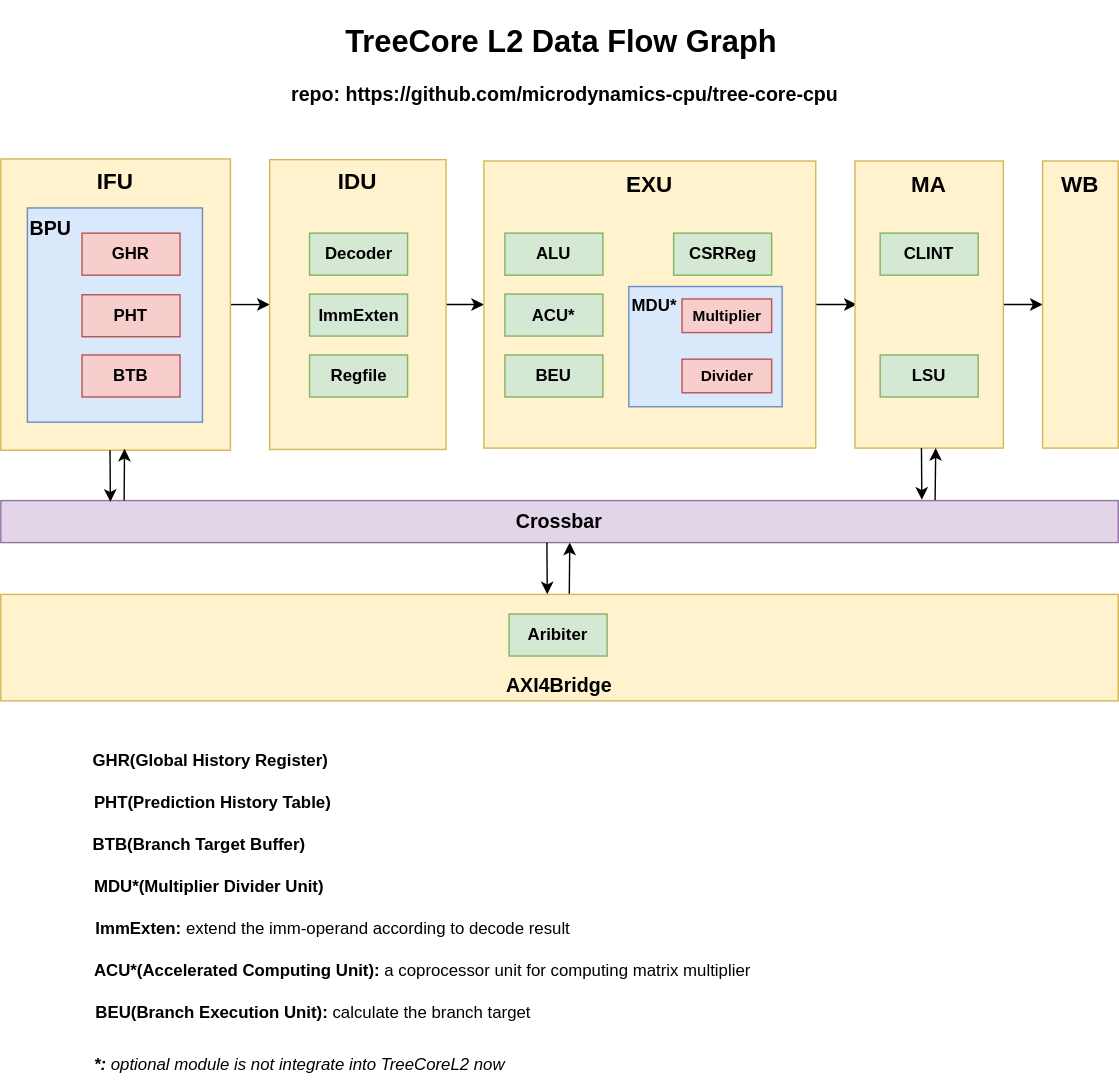
Above: treecore-l2-arch.drawio.svg in microdynamics-cpu/tree-core-cpu-res (draw.io), before the change. Source tidied: cells renumbered, new cells last; positions are measured from the earlier drawing's top-left corner, leaving out a move shared by most shapes.
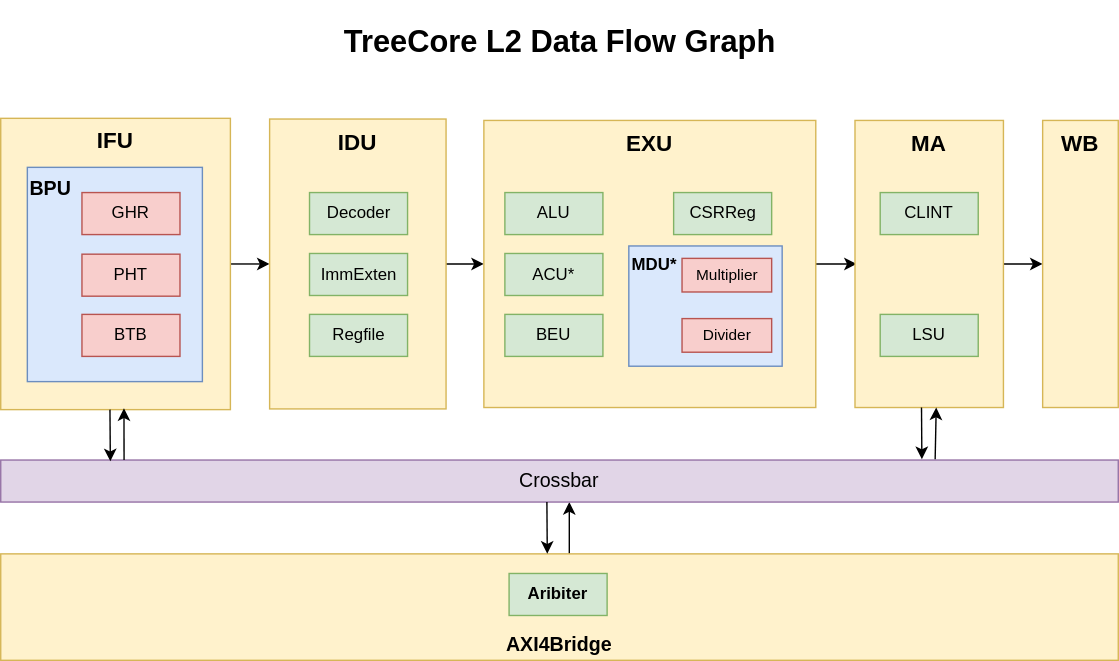
The same diagram one commit later.

Commit message:
feat: modify arch intro design file

Change to the diagram source:
```diff
@@ -3,11 +3,8 @@
     <mxCell id="0" />
     <mxCell id="1" parent="0" />
     <mxCell id="2" value="&lt;b&gt;&lt;font style=&quot;font-size: 22px&quot;&gt;TreeCore L2 Data Flow Graph&lt;/font&gt;&lt;/b&gt;" style="rounded=0;whiteSpace=wrap;html=1;fillColor=none;strokeColor=none;" parent="1" vertex="1">
-      <mxGeometry x="222" width="357" height="60" as="geometry" />
+      <mxGeometry x="220.5" y="29" width="357" height="60" as="geometry" />
     </mxCell>
-    <mxCell id="3" value="&lt;b style=&quot;font-size: 14px;&quot;&gt;&lt;font style=&quot;font-size: 14px;&quot;&gt;repo: https://github.com/microdynamics-cpu/tree-core-cpu&lt;/font&gt;&lt;/b&gt;" style="rounded=0;whiteSpace=wrap;html=1;fillColor=none;strokeColor=none;fontSize=14;" parent="1" vertex="1">
-      <mxGeometry x="198.5" y="37" width="410" height="60" as="geometry" />
-    </mxCell>
     <mxCell id="4" style="edgeStyle=orthogonalEdgeStyle;rounded=0;jettySize=auto;html=1;exitX=1;exitY=0.5;exitDx=0;exitDy=0;entryX=0;entryY=0.5;entryDx=0;entryDy=0;fontSize=16;fontColor=#000000;" parent="1" edge="1" source="5" target="7">
       <mxGeometry relative="1" as="geometry" />
     </mxCell>
@@ -38,40 +35,40 @@
     <mxCell id="13" value="&lt;b&gt;BPU&lt;/b&gt;" style="rounded=0;whiteSpace=wrap;html=1;fontSize=14;fillColor=#dae8fc;align=left;verticalAlign=top;strokeColor=#6c8ebf;" parent="1" vertex="1">
       <mxGeometry x="19" y="148" width="125" height="153" as="geometry" />
     </mxCell>
-    <mxCell id="14" value="&lt;b style=&quot;font-size: 12px;&quot;&gt;GHR&lt;/b&gt;" style="rounded=0;whiteSpace=wrap;html=1;fontSize=12;fillColor=#f8cecc;strokeColor=#b85450;" parent="1" vertex="1">
+    <mxCell id="14" value="&lt;span style=&quot;font-size: 12px&quot;&gt;GHR&lt;/span&gt;" style="rounded=0;whiteSpace=wrap;html=1;fontSize=12;fillColor=#f8cecc;strokeColor=#b85450;" parent="1" vertex="1">
       <mxGeometry x="58" y="166" width="70" height="30" as="geometry" />
     </mxCell>
-    <mxCell id="15" value="&lt;b style=&quot;font-size: 12px;&quot;&gt;PHT&lt;/b&gt;" style="rounded=0;whiteSpace=wrap;html=1;fontSize=12;fillColor=#f8cecc;strokeColor=#b85450;" parent="1" vertex="1">
+    <mxCell id="15" value="&lt;span style=&quot;font-size: 12px&quot;&gt;PHT&lt;/span&gt;" style="rounded=0;whiteSpace=wrap;html=1;fontSize=12;fillColor=#f8cecc;strokeColor=#b85450;" parent="1" vertex="1">
       <mxGeometry x="58" y="210" width="70" height="30" as="geometry" />
     </mxCell>
-    <mxCell id="16" value="&lt;b style=&quot;font-size: 12px;&quot;&gt;BTB&lt;/b&gt;" style="rounded=0;whiteSpace=wrap;html=1;fontSize=12;fillColor=#f8cecc;strokeColor=#b85450;" parent="1" vertex="1">
+    <mxCell id="16" value="&lt;span style=&quot;font-size: 12px&quot;&gt;BTB&lt;/span&gt;" style="rounded=0;whiteSpace=wrap;html=1;fontSize=12;fillColor=#f8cecc;strokeColor=#b85450;" parent="1" vertex="1">
       <mxGeometry x="58" y="253" width="70" height="30" as="geometry" />
     </mxCell>
-    <mxCell id="17" value="&lt;b style=&quot;font-size: 12px&quot;&gt;Decoder&lt;/b&gt;" style="rounded=0;whiteSpace=wrap;html=1;fontSize=12;fillColor=#d5e8d4;strokeColor=#82b366;" parent="1" vertex="1">
+    <mxCell id="17" value="&lt;span style=&quot;font-size: 12px&quot;&gt;Decoder&lt;/span&gt;" style="rounded=0;whiteSpace=wrap;html=1;fontSize=12;fillColor=#d5e8d4;strokeColor=#82b366;" parent="1" vertex="1">
       <mxGeometry x="220.5" y="166" width="70" height="30" as="geometry" />
     </mxCell>
-    <mxCell id="18" value="&lt;b style=&quot;font-size: 12px&quot;&gt;ImmExten&lt;/b&gt;" style="rounded=0;whiteSpace=wrap;html=1;fontSize=12;fillColor=#d5e8d4;strokeColor=#82b366;" parent="1" vertex="1">
+    <mxCell id="18" value="&lt;span style=&quot;font-size: 12px&quot;&gt;ImmExten&lt;/span&gt;" style="rounded=0;whiteSpace=wrap;html=1;fontSize=12;fillColor=#d5e8d4;strokeColor=#82b366;" parent="1" vertex="1">
       <mxGeometry x="220.5" y="209.5" width="70" height="30" as="geometry" />
     </mxCell>
-    <mxCell id="19" value="&lt;b style=&quot;font-size: 12px&quot;&gt;Regfile&lt;/b&gt;" style="rounded=0;whiteSpace=wrap;html=1;fontSize=12;fillColor=#d5e8d4;strokeColor=#82b366;" parent="1" vertex="1">
+    <mxCell id="19" value="&lt;span style=&quot;font-size: 12px&quot;&gt;Regfile&lt;/span&gt;" style="rounded=0;whiteSpace=wrap;html=1;fontSize=12;fillColor=#d5e8d4;strokeColor=#82b366;" parent="1" vertex="1">
       <mxGeometry x="220.5" y="253" width="70" height="30" as="geometry" />
     </mxCell>
-    <mxCell id="20" value="&lt;b style=&quot;font-size: 12px&quot;&gt;ALU&lt;/b&gt;" style="rounded=0;whiteSpace=wrap;html=1;fontSize=12;fillColor=#d5e8d4;strokeColor=#82b366;" parent="1" vertex="1">
+    <mxCell id="20" value="&lt;span style=&quot;font-size: 12px&quot;&gt;ALU&lt;/span&gt;" style="rounded=0;whiteSpace=wrap;html=1;fontSize=12;fillColor=#d5e8d4;strokeColor=#82b366;" parent="1" vertex="1">
       <mxGeometry x="360" y="166" width="70" height="30" as="geometry" />
     </mxCell>
     <mxCell id="21" value="&lt;b style=&quot;font-size: 12px&quot;&gt;MDU*&lt;/b&gt;" style="rounded=0;whiteSpace=wrap;html=1;fontSize=12;fillColor=#dae8fc;align=left;horizontal=1;verticalAlign=top;strokeColor=#6c8ebf;" parent="1" vertex="1">
       <mxGeometry x="448.5" y="204.1" width="109.5" height="85.9" as="geometry" />
     </mxCell>
-    <mxCell id="22" value="&lt;b style=&quot;font-size: 12px&quot;&gt;BEU&lt;/b&gt;" style="rounded=0;whiteSpace=wrap;html=1;fontSize=12;fillColor=#d5e8d4;strokeColor=#82b366;" parent="1" vertex="1">
+    <mxCell id="22" value="&lt;span style=&quot;font-size: 12px&quot;&gt;BEU&lt;/span&gt;" style="rounded=0;whiteSpace=wrap;html=1;fontSize=12;fillColor=#d5e8d4;strokeColor=#82b366;" parent="1" vertex="1">
       <mxGeometry x="360" y="253" width="70" height="30" as="geometry" />
     </mxCell>
-    <mxCell id="23" value="&lt;b style=&quot;font-size: 12px&quot;&gt;CSRReg&lt;/b&gt;" style="rounded=0;whiteSpace=wrap;html=1;fontSize=12;fillColor=#d5e8d4;strokeColor=#82b366;" parent="1" vertex="1">
+    <mxCell id="23" value="&lt;span style=&quot;font-size: 12px&quot;&gt;CSRReg&lt;/span&gt;" style="rounded=0;whiteSpace=wrap;html=1;fontSize=12;fillColor=#d5e8d4;strokeColor=#82b366;" parent="1" vertex="1">
       <mxGeometry x="480.5" y="166" width="70" height="30" as="geometry" />
     </mxCell>
-    <mxCell id="24" value="&lt;b style=&quot;font-size: 12px&quot;&gt;ACU*&lt;/b&gt;" style="rounded=0;whiteSpace=wrap;html=1;fontSize=12;fillColor=#d5e8d4;strokeColor=#82b366;" parent="1" vertex="1">
+    <mxCell id="24" value="&lt;span style=&quot;font-size: 12px&quot;&gt;ACU*&lt;/span&gt;" style="rounded=0;whiteSpace=wrap;html=1;fontSize=12;fillColor=#d5e8d4;strokeColor=#82b366;" parent="1" vertex="1">
       <mxGeometry x="360" y="209.5" width="70" height="30" as="geometry" />
     </mxCell>
-    <mxCell id="25" value="&lt;span&gt;&lt;font style=&quot;font-size: 11px&quot;&gt;Divider&lt;/font&gt;&lt;/span&gt;" style="rounded=0;whiteSpace=wrap;html=1;fontSize=8;fillColor=#f8cecc;strokeColor=#b85450;fontStyle=1;" parent="1" vertex="1">
+    <mxCell id="25" value="&lt;span style=&quot;font-weight: normal&quot;&gt;&lt;font style=&quot;font-size: 11px&quot;&gt;Divider&lt;/font&gt;&lt;/span&gt;" style="rounded=0;whiteSpace=wrap;html=1;fontSize=8;fillColor=#f8cecc;strokeColor=#b85450;fontStyle=1;" parent="1" vertex="1">
       <mxGeometry x="486.5" y="256" width="64" height="24" as="geometry" />
     </mxCell>
     <mxCell id="26" style="edgeStyle=elbowEdgeStyle;rounded=0;jumpStyle=none;orthogonalLoop=1;jettySize=auto;html=1;exitX=0.5;exitY=0;exitDx=0;exitDy=0;entryX=0.5;entryY=1;entryDx=0;entryDy=0;fontSize=11;" parent="1" edge="1">
@@ -86,13 +83,13 @@
     <mxCell id="28" value="&lt;b&gt;Aribiter&lt;/b&gt;" style="rounded=0;whiteSpace=wrap;html=1;fontSize=12;fillColor=#d5e8d4;strokeColor=#82b366;" parent="1" vertex="1">
       <mxGeometry x="363" y="438" width="70" height="30" as="geometry" />
     </mxCell>
-    <mxCell id="29" value="&lt;b&gt;Crossbar&lt;/b&gt;" style="rounded=0;whiteSpace=wrap;html=1;fontSize=14;fillColor=#e1d5e7;align=center;verticalAlign=middle;strokeColor=#9673a6;" parent="1" vertex="1">
+    <mxCell id="29" value="Crossbar" style="rounded=0;whiteSpace=wrap;html=1;fontSize=14;fillColor=#e1d5e7;align=center;verticalAlign=middle;strokeColor=#9673a6;" parent="1" vertex="1">
       <mxGeometry y="357" width="798" height="30" as="geometry" />
     </mxCell>
-    <mxCell id="30" value="&lt;b style=&quot;font-size: 12px&quot;&gt;CLINT&lt;/b&gt;" style="rounded=0;whiteSpace=wrap;html=1;fontSize=12;fillColor=#d5e8d4;strokeColor=#82b366;" parent="1" vertex="1">
+    <mxCell id="30" value="&lt;span style=&quot;font-size: 12px&quot;&gt;CLINT&lt;/span&gt;" style="rounded=0;whiteSpace=wrap;html=1;fontSize=12;fillColor=#d5e8d4;strokeColor=#82b366;" parent="1" vertex="1">
       <mxGeometry x="628" y="166" width="70" height="30" as="geometry" />
     </mxCell>
-    <mxCell id="31" value="&lt;b&gt;LSU&lt;/b&gt;" style="rounded=0;whiteSpace=wrap;html=1;fontSize=12;fillColor=#d5e8d4;strokeColor=#82b366;" parent="1" vertex="1">
+    <mxCell id="31" value="LSU" style="rounded=0;whiteSpace=wrap;html=1;fontSize=12;fillColor=#d5e8d4;strokeColor=#82b366;" parent="1" vertex="1">
       <mxGeometry x="628" y="253" width="70" height="30" as="geometry" />
     </mxCell>
     <mxCell id="32" style="edgeStyle=orthogonalEdgeStyle;rounded=0;orthogonalLoop=1;jettySize=auto;html=1;entryX=0.104;entryY=0.029;entryDx=0;entryDy=0;entryPerimeter=0;fontSize=11;jumpStyle=none;" parent="1" edge="1">
@@ -125,32 +122,8 @@
         <mxPoint x="88.1" y="320" as="targetPoint" />
       </mxGeometry>
     </mxCell>
-    <mxCell id="37" value="&lt;span&gt;&lt;font style=&quot;font-size: 11px&quot;&gt;Multiplier&lt;/font&gt;&lt;/span&gt;" style="rounded=0;whiteSpace=wrap;html=1;fontSize=8;fillColor=#f8cecc;strokeColor=#b85450;fontStyle=1;" parent="1" vertex="1">
+    <mxCell id="37" value="&lt;span style=&quot;font-weight: normal&quot;&gt;&lt;font style=&quot;font-size: 11px&quot;&gt;Multiplier&lt;/font&gt;&lt;/span&gt;" style="rounded=0;whiteSpace=wrap;html=1;fontSize=8;fillColor=#f8cecc;strokeColor=#b85450;fontStyle=1;" parent="1" vertex="1">
       <mxGeometry x="486.5" y="213" width="64" height="24" as="geometry" />
     </mxCell>
-    <mxCell id="38" value="&lt;b style=&quot;font-size: 12px&quot;&gt;GHR(&lt;/b&gt;&lt;b&gt;Global History Register&lt;/b&gt;&lt;b style=&quot;font-size: 12px&quot;&gt;)&lt;/b&gt;" style="rounded=0;whiteSpace=wrap;html=1;fontSize=12;fillColor=none;strokeColor=none;align=left;fontFamily=Helvetica;" parent="1" vertex="1">
-      <mxGeometry x="64" y="528" width="575" height="30" as="geometry" />
-    </mxCell>
-    <mxCell id="39" value="&lt;b&gt;&lt;span style=&quot;font-size: 12px&quot;&gt;PHT(&lt;/span&gt;&lt;span style=&quot;font-size: 12px&quot;&gt;Prediction History Table)&lt;/span&gt;&lt;/b&gt;" style="rounded=0;whiteSpace=wrap;html=1;fontSize=12;fillColor=none;strokeColor=none;align=left;fontFamily=Helvetica;" parent="1" vertex="1">
-      <mxGeometry x="65" y="558" width="575" height="30" as="geometry" />
-    </mxCell>
-    <mxCell id="40" value="&lt;b&gt;&lt;span style=&quot;font-size: 12px&quot;&gt;BTB(&lt;/span&gt;&lt;span style=&quot;font-size: 12px&quot;&gt;Branch Target Buffer)&lt;/span&gt;&lt;/b&gt;" style="rounded=0;whiteSpace=wrap;html=1;fontSize=12;fillColor=none;strokeColor=none;align=left;fontFamily=Helvetica;" parent="1" vertex="1">
-      <mxGeometry x="64" y="588" width="575" height="30" as="geometry" />
-    </mxCell>
-    <mxCell id="41" value="&lt;b style=&quot;font-size: 12px&quot;&gt;ImmExten: &lt;/b&gt;&lt;span style=&quot;font-size: 12px&quot;&gt;extend the imm-operand according to decode result&lt;/span&gt;" style="rounded=0;whiteSpace=wrap;html=1;fontSize=12;fillColor=none;strokeColor=none;align=left;fontFamily=Helvetica;" parent="1" vertex="1">
-      <mxGeometry x="66" y="648" width="575" height="30" as="geometry" />
-    </mxCell>
-    <mxCell id="42" value="&lt;b style=&quot;font-size: 12px&quot;&gt;ACU*(A&lt;/b&gt;&lt;b&gt;ccelerated Computing Unit&lt;/b&gt;&lt;b style=&quot;font-size: 12px&quot;&gt;): &lt;/b&gt;&lt;span style=&quot;font-size: 12px&quot;&gt;a coprocessor unit for computing matrix multiplier&lt;/span&gt;" style="rounded=0;whiteSpace=wrap;html=1;fontSize=12;fillColor=none;strokeColor=none;align=left;fontFamily=Helvetica;" parent="1" vertex="1">
-      <mxGeometry x="65" y="678" width="575" height="30" as="geometry" />
-    </mxCell>
-    <mxCell id="43" value="&lt;b style=&quot;font-size: 12px&quot;&gt;BEU(Branch Execution&lt;/b&gt;&lt;b&gt;&amp;nbsp;Unit&lt;/b&gt;&lt;b style=&quot;font-size: 12px&quot;&gt;): &lt;/b&gt;&lt;span style=&quot;font-size: 12px&quot;&gt;calculate the branch target&lt;/span&gt;" style="rounded=0;whiteSpace=wrap;html=1;fontSize=12;fillColor=none;strokeColor=none;align=left;fontFamily=Helvetica;" parent="1" vertex="1">
-      <mxGeometry x="66" y="708" width="575" height="30" as="geometry" />
-    </mxCell>
-    <mxCell id="44" value="&lt;b style=&quot;font-size: 12px&quot;&gt;MDU*(Multiplier Divider&lt;/b&gt;&lt;b&gt;&amp;nbsp;Unit&lt;/b&gt;&lt;b style=&quot;font-size: 12px&quot;&gt;)&lt;/b&gt;" style="rounded=0;whiteSpace=wrap;html=1;fontSize=12;fillColor=none;strokeColor=none;align=left;fontFamily=Helvetica;" parent="1" vertex="1">
-      <mxGeometry x="65" y="618" width="575" height="30" as="geometry" />
-    </mxCell>
-    <mxCell id="45" value="&lt;i&gt;&lt;span style=&quot;font-size: 12px&quot;&gt;&lt;b&gt;*:&lt;/b&gt;&lt;/span&gt;&lt;b style=&quot;font-size: 12px&quot;&gt;&amp;nbsp;&lt;/b&gt;optional module is not integrate into TreeCoreL2 now&lt;/i&gt;" style="rounded=0;whiteSpace=wrap;html=1;fontSize=12;fillColor=none;strokeColor=none;align=left;fontFamily=Helvetica;" parent="1" vertex="1">
-      <mxGeometry x="65" y="745" width="575" height="30" as="geometry" />
-    </mxCell>
   </root>
 </mxGraphModel>
```
